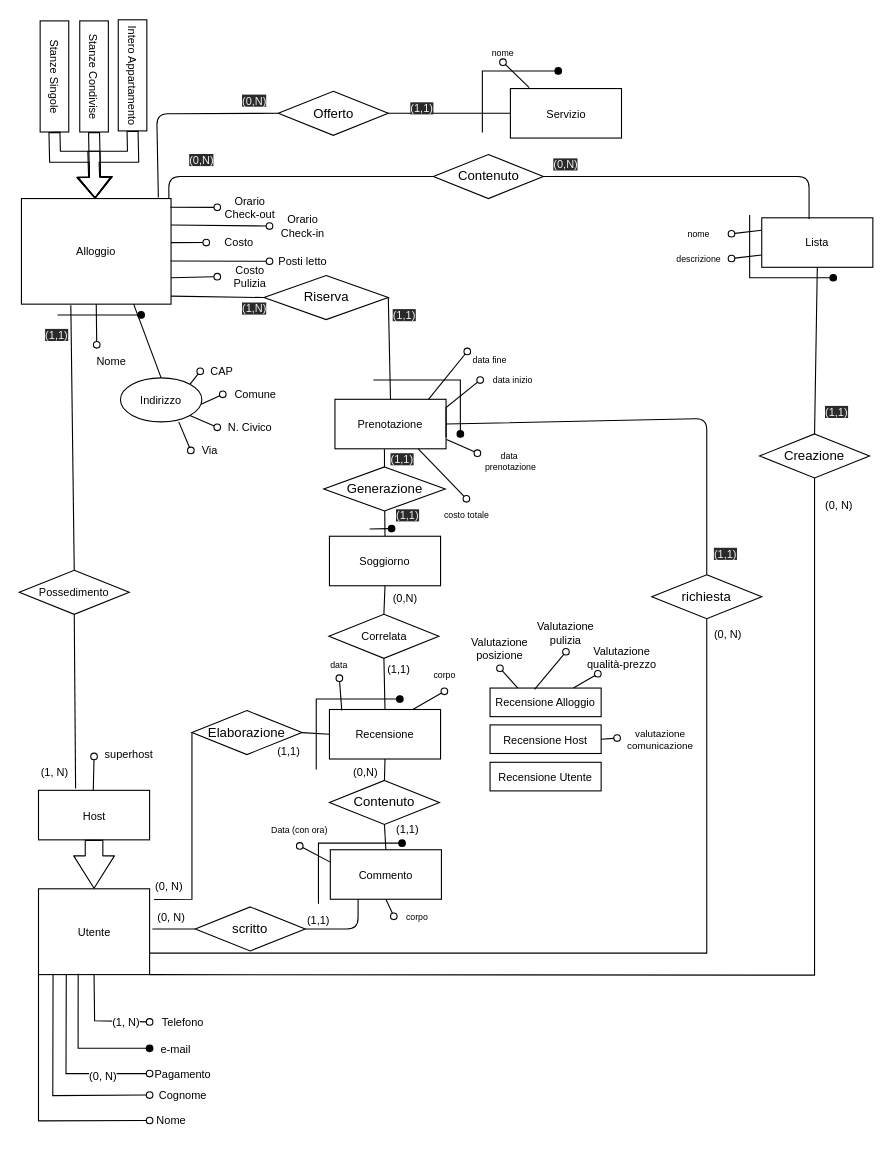
Earlier version of the draw.io diagram page "Page-3" (3 of 6) of ER.drawio (eduardz1/Home-Booking). Source tidied: cells renumbered, new cells numbered last; positions are measured from the earlier drawing's top-left corner, leaving out a move shared by most shapes. Both pictures are drawn from the tidied source at 110%, with x=0, y=0 at pixel (-2, 44).
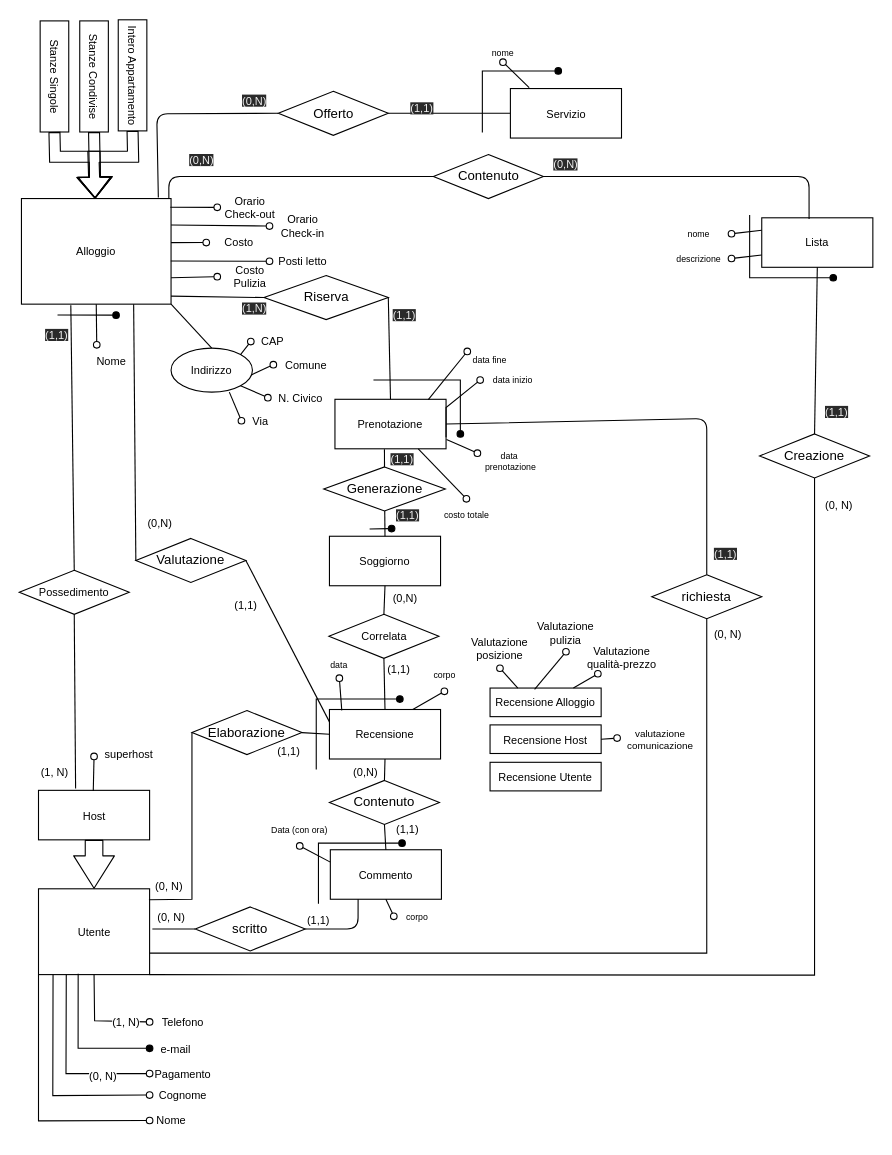
The same page after the edit.

Unchanged cells that the change refers to:
```xml
<mxCell id="3" value="&lt;font style=&quot;font-size: 10px;&quot;&gt;Alloggio&lt;/font&gt;" style="rounded=0;whiteSpace=wrap;html=1;fontSize=10;" parent="1" vertex="1">
  <mxGeometry x="21" y="140" width="136" height="96" as="geometry" />
</mxCell>
<mxCell id="37" value="&lt;font style=&quot;font-size: 10px;&quot;&gt;Utente&lt;/font&gt;" style="rounded=0;whiteSpace=wrap;html=1;fontSize=10;" parent="1" vertex="1">
  <mxGeometry x="36.5" y="767.5" width="101" height="78" as="geometry" />
</mxCell>
<mxCell id="66" value="&lt;font style=&quot;font-size: 10px&quot;&gt;Recensione&lt;/font&gt;" style="rounded=0;whiteSpace=wrap;html=1;fontSize=10;" parent="1" vertex="1">
  <mxGeometry x="301" y="604.5" width="101" height="45" as="geometry" />
</mxCell>
<mxCell id="107" value="Elaborazione" style="rhombus;whiteSpace=wrap;html=1;" parent="1" vertex="1">
  <mxGeometry x="176" y="605.5" width="100" height="40" as="geometry" />
</mxCell>
```

What changed in the source:
```diff
@@
     <mxCell id="5" value="Indirizzo" style="ellipse;whiteSpace=wrap;html=1;align=center;labelBackgroundColor=none;labelBorderColor=none;fontSize=10;rounded=0;" parent="1" vertex="1">
-      <mxGeometry x="111" y="303" width="74" height="40" as="geometry" />
+      <mxGeometry x="157" y="276" width="74" height="40" as="geometry" />
     </mxCell>
     <mxCell id="6" value="Via" style="text;html=1;strokeColor=none;fillColor=none;align=center;verticalAlign=middle;whiteSpace=wrap;rounded=0;labelBackgroundColor=none;labelBorderColor=none;fontSize=10;" parent="1" vertex="1">
-      <mxGeometry x="175" y="354" width="35" height="30" as="geometry" />
+      <mxGeometry x="221" y="327" width="35" height="30" as="geometry" />
     </mxCell>
@@
     <mxCell id="8" value="CAP" style="text;html=1;strokeColor=none;fillColor=none;align=center;verticalAlign=middle;whiteSpace=wrap;rounded=0;labelBackgroundColor=none;labelBorderColor=none;fontSize=10;" parent="1" vertex="1">
-      <mxGeometry x="183.5" y="285" width="39" height="24" as="geometry" />
+      <mxGeometry x="229.5" y="258" width="39" height="24" as="geometry" />
     </mxCell>
@@
     <mxCell id="10" value="Comune" style="text;html=1;strokeColor=none;fillColor=none;align=center;verticalAlign=middle;whiteSpace=wrap;rounded=0;labelBackgroundColor=none;labelBorderColor=none;fontSize=10;" parent="1" vertex="1">
-      <mxGeometry x="204" y="303" width="60" height="30" as="geometry" />
+      <mxGeometry x="250" y="276" width="60" height="30" as="geometry" />
     </mxCell>
@@
     <mxCell id="12" value="N. Civico" style="text;html=1;strokeColor=none;fillColor=none;align=center;verticalAlign=middle;whiteSpace=wrap;rounded=0;labelBackgroundColor=none;labelBorderColor=none;fontSize=10;" parent="1" vertex="1">
-      <mxGeometry x="199" y="333" width="60" height="30" as="geometry" />
+      <mxGeometry x="245" y="306" width="60" height="30" as="geometry" />
     </mxCell>
@@
-    <mxCell id="108" style="endArrow=none;html=1;exitX=1.041;exitY=0.125;exitDx=0;exitDy=0;entryX=0;entryY=0.5;entryDx=0;entryDy=0;rounded=0;exitPerimeter=0;" parent="1" edge="1" source="37" target="107">
+    <mxCell id="108" style="endArrow=none;html=1;exitX=0.994;exitY=0.128;exitDx=0;exitDy=0;entryX=0;entryY=0.5;entryDx=0;entryDy=0;rounded=0;exitPerimeter=0;" parent="1" edge="1" source="37" target="107">
       <mxGeometry relative="1" as="geometry">
         <Array as="points">
           <mxPoint x="176" y="777" />
         </Array>
       </mxGeometry>
     </mxCell>
@@
-    <mxCell id="136" style="endArrow=none;html=1;entryX=0.75;entryY=1;entryDx=0;entryDy=0;exitX=0.5;exitY=0;exitDx=0;exitDy=0;" parent="1" edge="1" source="5" target="3">
+    <mxCell id="136" style="endArrow=none;html=1;entryX=1;entryY=1;entryDx=0;entryDy=0;exitX=0.5;exitY=0;exitDx=0;exitDy=0;" parent="1" edge="1" source="5" target="3">
       <mxGeometry relative="1" as="geometry" />
     </mxCell>
     <mxCell id="137" style="endArrow=none;html=1;rounded=0;align=center;verticalAlign=top;endFill=0;labelBackgroundColor=none;endSize=6;startArrow=oval;startFill=1;fontSize=10;fillColor=none;" parent="1" edge="1">
       <mxGeometry relative="1" as="geometry">
-        <mxPoint x="129.8" y="245.8" as="sourcePoint" />
+        <mxPoint x="107" y="246" as="sourcePoint" />
         <mxPoint x="54" y="246.2" as="targetPoint" />
         <Array as="points">
           <mxPoint x="53.8" y="245.8" />
         </Array>
       </mxGeometry>
     </mxCell>
@@
+    <mxCell id="157" value="Valutazione" style="rhombus;whiteSpace=wrap;html=1;" parent="1" vertex="1">
+      <mxGeometry x="125" y="449" width="100" height="40" as="geometry" />
+    </mxCell>
+    <mxCell id="158" style="endArrow=none;html=1;entryX=0.75;entryY=1;entryDx=0;entryDy=0;exitX=0;exitY=0.5;exitDx=0;exitDy=0;" parent="1" edge="1" source="157" target="3">
+      <mxGeometry relative="1" as="geometry" />
+    </mxCell>
+    <mxCell id="159" style="endArrow=none;html=1;entryX=0;entryY=0.25;entryDx=0;entryDy=0;exitX=1;exitY=0.5;exitDx=0;exitDy=0;" parent="1" edge="1" source="157" target="66">
+      <mxGeometry relative="1" as="geometry" />
+    </mxCell>
+    <mxCell id="160" value="(1,1)" style="html=1;align=left;verticalAlign=bottom;labelBackgroundColor=none;labelBorderColor=none;fontSize=10;rounded=0;direction=south;" parent="1" vertex="1">
+      <mxGeometry x="213" y="518" as="geometry" />
+    </mxCell>
+    <mxCell id="161" value="(0,N)" style="html=1;align=left;verticalAlign=bottom;labelBackgroundColor=none;labelBorderColor=none;fontSize=10;rounded=0;direction=south;" parent="1" vertex="1">
+      <mxGeometry x="134" y="443" as="geometry" />
+    </mxCell>
```
